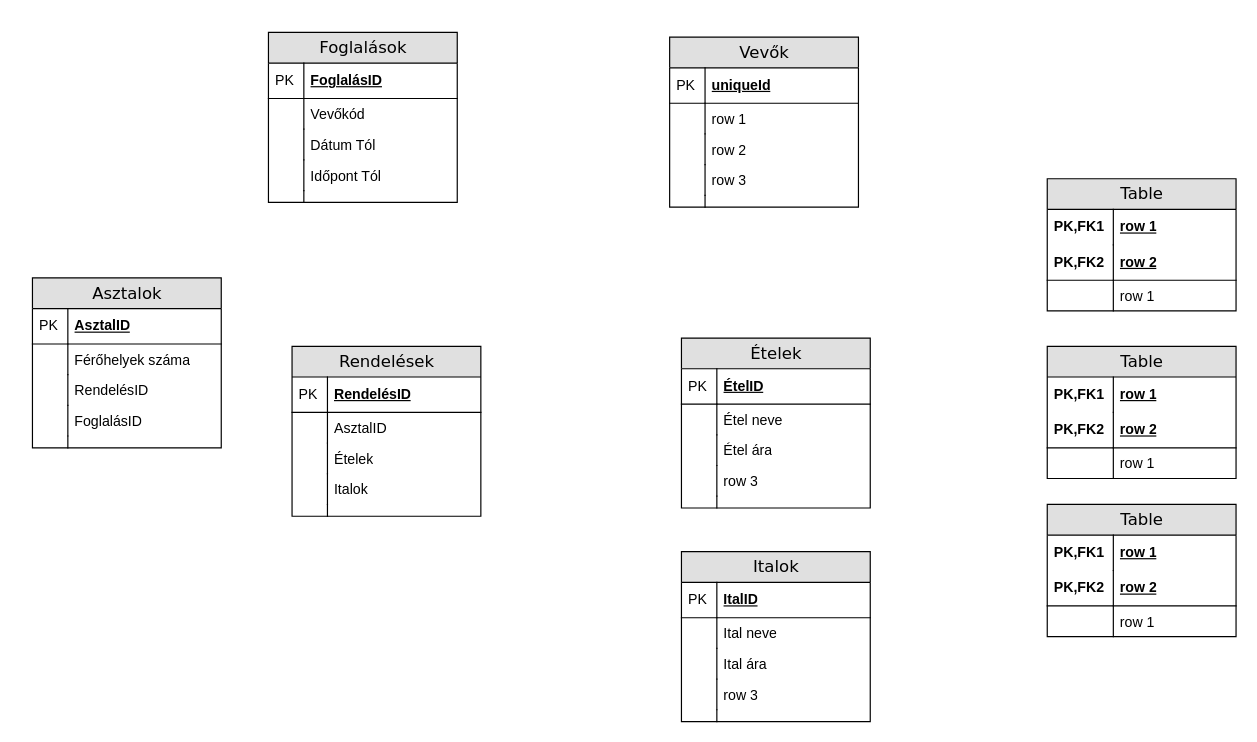
Before: ÉtteremOKJ.drawio in xcom169/xcom169, a draw.io diagram. Source tidied: cells renumbered, new cells numbered last; positions are measured from the earlier drawing's top-left corner, leaving out a move shared by most shapes. Both pictures are drawn from the tidied source at 118%, with x=0, y=0 at pixel (32, 32).
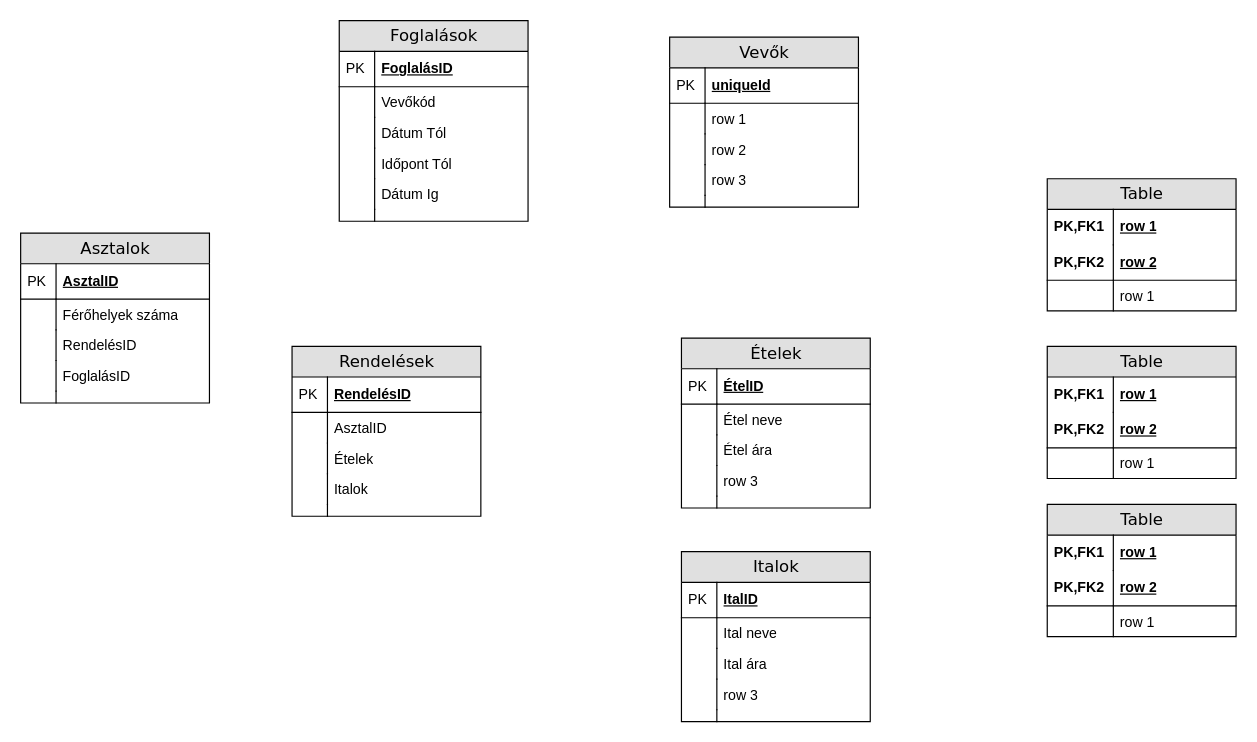
The same diagram, later.

Change to the diagram source:
```diff
@@
     <mxCell id="56" value="Asztalok" style="swimlane;html=1;fontStyle=0;horizontal=1;startSize=26;fillColor=#e0e0e0;swimlaneFillColor=#ffffff;align=center;rounded=0;shadow=0;comic=0;labelBackgroundColor=none;strokeWidth=1;fontFamily=Verdana;fontSize=14;" parent="1" vertex="1">
-      <mxGeometry y="208" width="160" height="144" as="geometry" />
+      <mxGeometry x="-10" y="170" width="160" height="144" as="geometry" />
     </mxCell>
@@
     <mxCell id="67" value="Foglalások" style="swimlane;html=1;fontStyle=0;horizontal=1;startSize=26;fillColor=#e0e0e0;swimlaneFillColor=#ffffff;align=center;rounded=0;shadow=0;comic=0;labelBackgroundColor=none;strokeWidth=1;fontFamily=Verdana;fontSize=14;" parent="1" vertex="1">
-      <mxGeometry x="200" width="160" height="144" as="geometry" />
+      <mxGeometry x="260" y="-10" width="160" height="170" as="geometry" />
     </mxCell>
@@
+    <mxCell id="89" value="Dátum Ig" style="shape=partialRectangle;top=0;left=0;right=0;bottom=0;html=1;align=left;verticalAlign=top;fillColor=none;spacingLeft=34;spacingRight=4;whiteSpace=wrap;overflow=hidden;" parent="67" vertex="1">
+      <mxGeometry y="134" width="160" height="26" as="geometry" />
+    </mxCell>
+    <mxCell id="90" style="shape=partialRectangle;top=0;left=0;bottom=0;html=1;fillColor=none;align=left;verticalAlign=top;spacingLeft=4;spacingRight=4;whiteSpace=wrap;overflow=hidden;" parent="89" vertex="1">
+      <mxGeometry width="30" height="26" as="geometry" />
+    </mxCell>
     <mxCell id="76" style="shape=partialRectangle;top=0;left=0;right=0;bottom=0;html=1;align=left;verticalAlign=top;fillColor=none;spacingLeft=34;spacingRight=4;whiteSpace=wrap;overflow=hidden;" parent="67" vertex="1">
-      <mxGeometry y="134" width="160" height="10" as="geometry" />
+      <mxGeometry y="160" width="160" height="10" as="geometry" />
     </mxCell>
```
